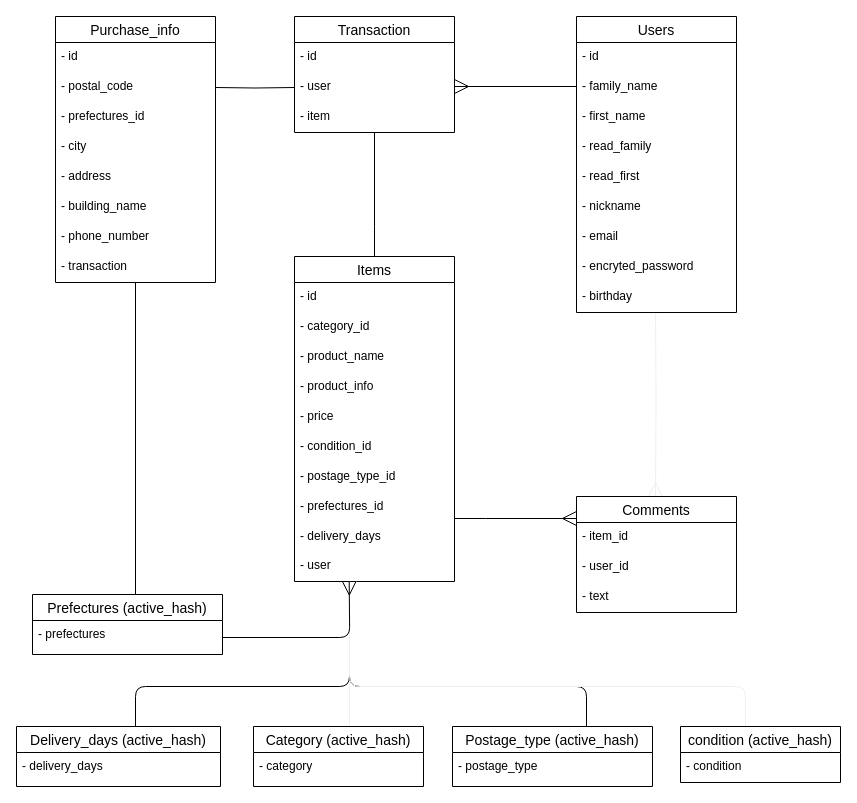
The draw.io diagram erd.dio in syunryokei/furima-35656, before the edit. Source tidied: cells renumbered, new cells numbered last; positions are measured from the earlier drawing's top-left corner, leaving out a move shared by most shapes. Both pictures are drawn from the tidied source at 100%, with x=0, y=0 at pixel (16, 16).
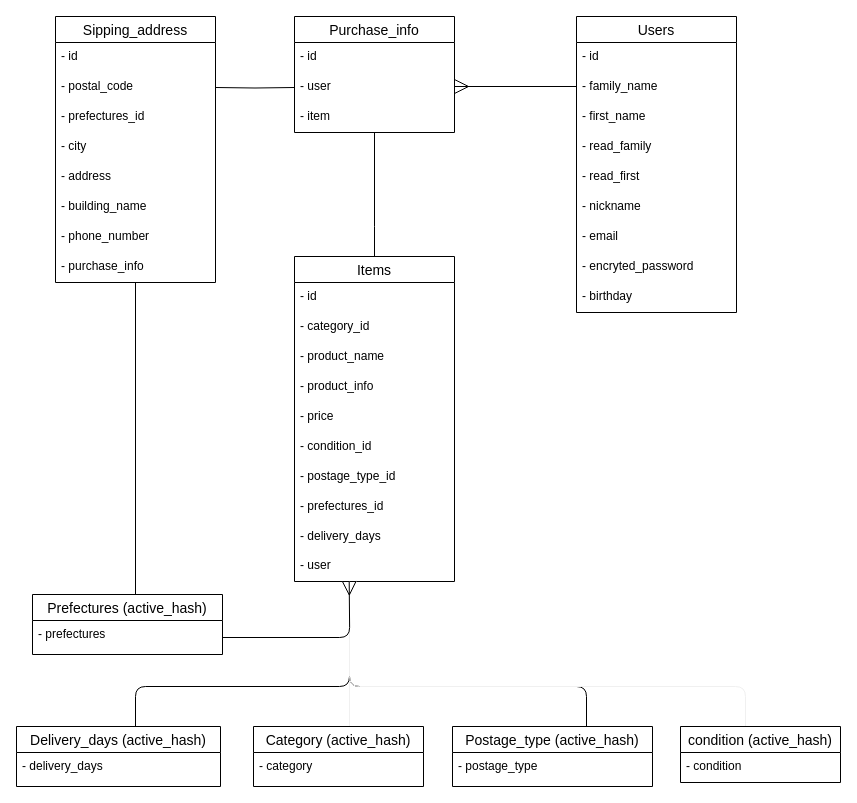
The same page after the edit.

Unchanged cells that the change refers to:
```xml
<mxCell id="11" value="- birthday" style="text;strokeColor=none;fillColor=none;spacingLeft=4;spacingRight=4;overflow=hidden;points=[[0,0.5],[1,0.5]];portConstraint=eastwest;fontSize=12;" parent="2" vertex="1">
  <mxGeometry y="266" width="160" height="30" as="geometry" />
</mxCell>
```

The edit, as a diff of the source:
```diff
@@
-    <mxCell id="33" value="Transaction" style="swimlane;fontStyle=0;horizontal=1;startSize=26;align=center;fontSize=14;" parent="1" vertex="1">
+    <mxCell id="33" value="Purchase_info" style="swimlane;fontStyle=0;horizontal=1;startSize=26;align=center;fontSize=14;" parent="1" vertex="1">
       <mxGeometry x="278" width="160" height="116" as="geometry" />
     </mxCell>
@@
-    <mxCell id="37" style="edgeStyle=orthogonalEdgeStyle;rounded=1;jumpSize=6;jettySize=auto;html=1;startArrow=ERmany;startFill=0;endArrow=none;endFill=0;startSize=12;endSize=12;strokeColor=#f0f0f0;entryX=0.494;entryY=1.033;entryDx=0;entryDy=0;entryPerimeter=0;" parent="1" edge="1" target="11">
-      <mxGeometry relative="1" as="geometry">
-        <mxPoint x="639" y="480" as="sourcePoint" />
-      </mxGeometry>
-    </mxCell>
-    <mxCell id="38" value="Comments" style="swimlane;fontStyle=0;horizontal=1;startSize=26;align=center;fontSize=14;" parent="1" vertex="1">
-      <mxGeometry x="560" y="480" width="160" height="116" as="geometry" />
-    </mxCell>
-    <mxCell id="39" value="- item_id" style="text;strokeColor=none;fillColor=none;spacingLeft=4;spacingRight=4;overflow=hidden;fontSize=12;" parent="38" vertex="1">
-      <mxGeometry y="26" width="160" height="30" as="geometry" />
-    </mxCell>
-    <mxCell id="40" value="- user_id" style="text;strokeColor=none;fillColor=none;spacingLeft=4;spacingRight=4;overflow=hidden;fontSize=12;" parent="38" vertex="1">
-      <mxGeometry y="56" width="160" height="30" as="geometry" />
-    </mxCell>
-    <mxCell id="41" value="- text" style="text;strokeColor=none;fillColor=none;spacingLeft=4;spacingRight=4;overflow=hidden;fontSize=12;" parent="38" vertex="1">
-      <mxGeometry y="86" width="160" height="30" as="geometry" />
-    </mxCell>
@@
-    <mxCell id="46" value="Purchase_info" style="swimlane;fontStyle=0;horizontal=1;startSize=26;align=center;fontSize=14;" parent="1" vertex="1">
+    <mxCell id="46" value="Sipping_address" style="swimlane;fontStyle=0;horizontal=1;startSize=26;align=center;fontSize=14;" parent="1" vertex="1">
       <mxGeometry x="39" width="160" height="266" as="geometry" />
     </mxCell>
@@
-    <mxCell id="54" value="- transaction" style="text;strokeColor=none;fillColor=none;spacingLeft=4;spacingRight=4;overflow=hidden;fontSize=12;" parent="46" vertex="1">
+    <mxCell id="54" value="- purchase_info" style="text;strokeColor=none;fillColor=none;spacingLeft=4;spacingRight=4;overflow=hidden;fontSize=12;" parent="46" vertex="1">
       <mxGeometry y="236" width="160" height="30" as="geometry" />
     </mxCell>
@@
-    <mxCell id="57" style="edgeStyle=orthogonalEdgeStyle;rounded=0;orthogonalLoop=1;jettySize=auto;html=1;entryX=0;entryY=0.5;entryDx=0;entryDy=0;endArrow=ERmany;endFill=0;endSize=12;" parent="1" edge="1">
-      <mxGeometry relative="1" as="geometry">
-        <mxPoint x="438" y="502" as="sourcePoint" />
-        <mxPoint x="560" y="502" as="targetPoint" />
-        <Array as="points">
-          <mxPoint x="469" y="502" />
-          <mxPoint x="469" y="502" />
-        </Array>
-      </mxGeometry>
-    </mxCell>
```
